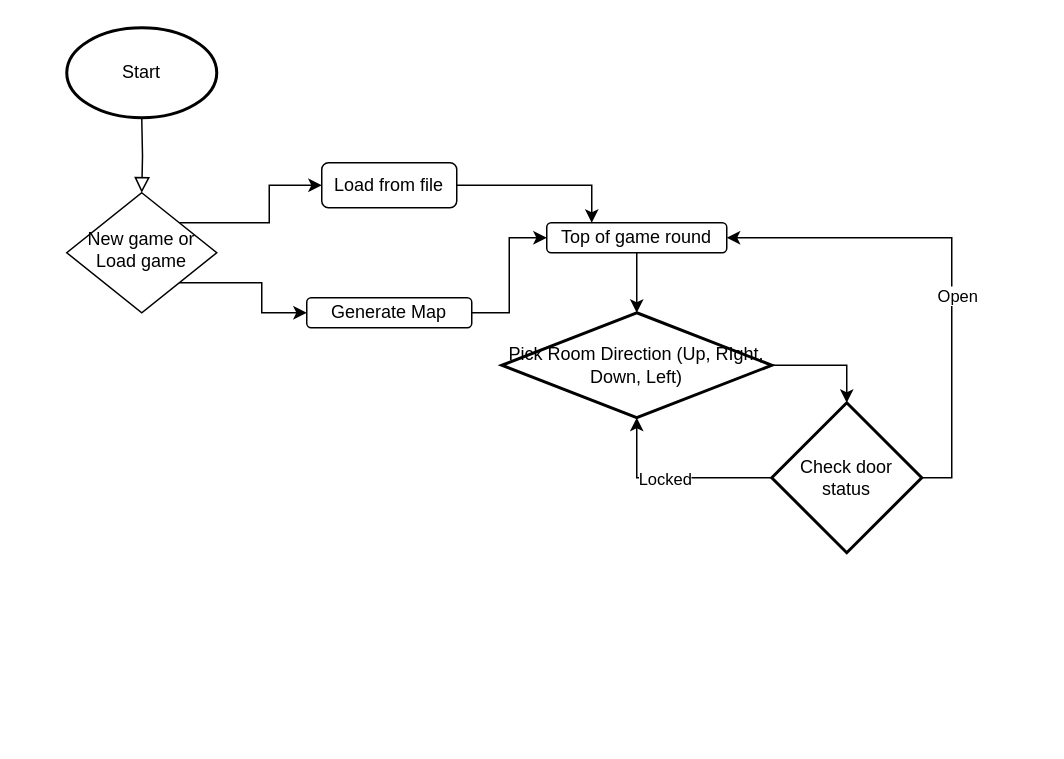
This is Untitled Diagram.drawio from mperez68/TriviaMaze, a draw.io file, before an edit. Source tidied: cells renumbered, new cells numbered last; positions are measured from the earlier drawing's top-left corner, leaving out a move shared by most shapes. Both pictures are drawn from the tidied source at 150%, with x=0, y=0 at pixel (66, 27).
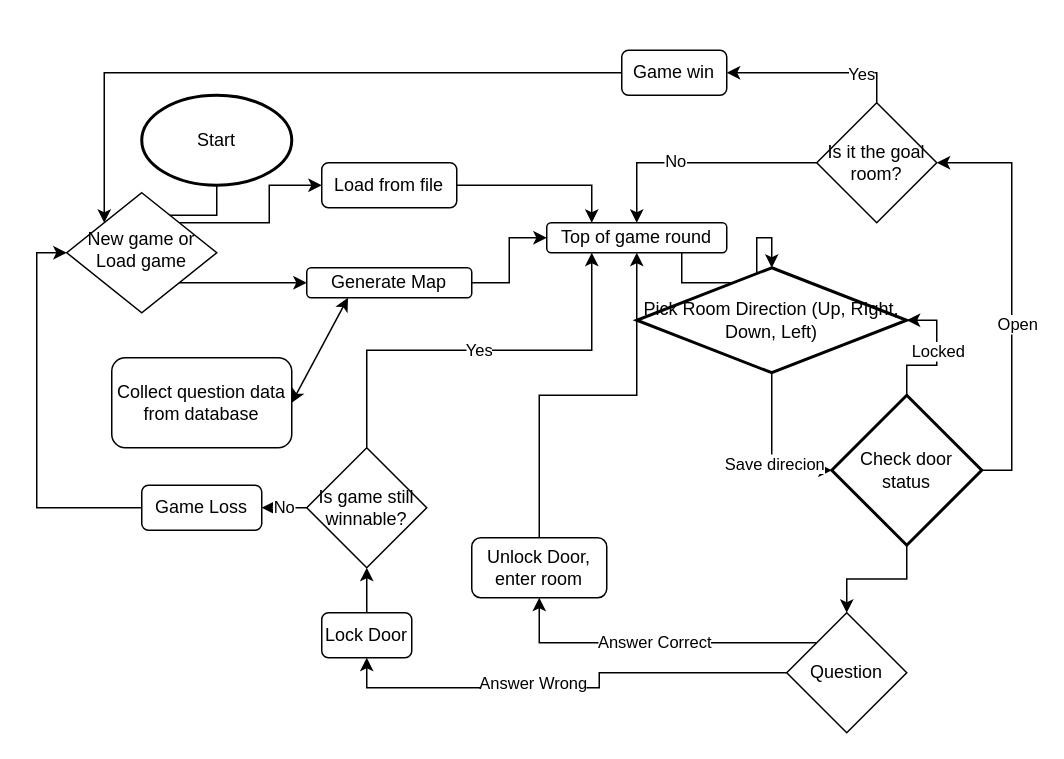
The same diagram, later.

Unchanged cells that the change refers to:
```xml
<mxCell id="5" value="New game or Load game" style="rhombus;whiteSpace=wrap;html=1;shadow=0;fontFamily=Helvetica;fontSize=12;align=center;strokeWidth=1;spacing=6;spacingTop=-4;" parent="1" vertex="1">
  <mxGeometry y="110" width="100" height="80" as="geometry" />
</mxCell>
<mxCell id="11" value="Top of game round" style="rounded=1;whiteSpace=wrap;html=1;" parent="1" vertex="1">
  <mxGeometry x="320" y="130" width="120" height="20" as="geometry" />
</mxCell>
```

Change to the diagram source:
```diff
@@
-    <mxCell id="2" style="rounded=0;html=1;jettySize=auto;fontSize=11;endArrow=block;endFill=0;endSize=8;strokeWidth=1;shadow=0;labelBackgroundColor=none;edgeStyle=orthogonalEdgeStyle;" parent="1" edge="1" target="5">
-      <mxGeometry relative="1" as="geometry">
-        <mxPoint x="50" y="60" as="sourcePoint" />
-      </mxGeometry>
+    <mxCell id="2" style="rounded=0;html=1;jettySize=auto;fontSize=11;endArrow=block;endFill=0;endSize=8;strokeWidth=1;shadow=0;labelBackgroundColor=none;edgeStyle=orthogonalEdgeStyle;" parent="1" edge="1" source="13" target="5">
+      <mxGeometry relative="1" as="geometry" />
     </mxCell>
@@
     <mxCell id="7" value="Generate Map" style="rounded=1;whiteSpace=wrap;html=1;fontSize=12;glass=0;strokeWidth=1;shadow=0;" parent="1" vertex="1">
-      <mxGeometry x="160" y="180" width="110" height="20" as="geometry" />
+      <mxGeometry x="160" y="160" width="110" height="20" as="geometry" />
     </mxCell>
@@
-    <mxCell id="10" style="edgeStyle=orthogonalEdgeStyle;rounded=0;jettySize=auto;html=1;exitX=0.5;exitY=1;exitDx=0;exitDy=0;entryX=0.5;entryY=0;entryDx=0;entryDy=0;entryPerimeter=0;" parent="1" edge="1" source="11" target="15">
+    <mxCell id="10" style="edgeStyle=orthogonalEdgeStyle;rounded=0;jettySize=auto;html=1;exitX=0.75;exitY=1;exitDx=0;exitDy=0;entryX=0.5;entryY=0;entryDx=0;entryDy=0;entryPerimeter=0;" parent="1" edge="1" source="11" target="15">
       <mxGeometry relative="1" as="geometry" />
     </mxCell>
@@
     <mxCell id="13" value="Start" style="strokeWidth=2;html=1;shape=mxgraph.flowchart.start_1;whiteSpace=wrap;" parent="1" vertex="1">
-      <mxGeometry width="100" height="60" as="geometry" />
+      <mxGeometry x="50" y="45" width="100" height="60" as="geometry" />
     </mxCell>
-    <mxCell id="14" style="edgeStyle=orthogonalEdgeStyle;rounded=0;jettySize=auto;html=1;exitX=1;exitY=0.5;exitDx=0;exitDy=0;exitPerimeter=0;entryX=0.5;entryY=0;entryDx=0;entryDy=0;entryPerimeter=0;" parent="1" edge="1" source="15" target="20">
+    <mxCell id="14" style="edgeStyle=orthogonalEdgeStyle;rounded=0;jettySize=auto;html=1;exitX=0.5;exitY=1;exitDx=0;exitDy=0;exitPerimeter=0;entryX=0;entryY=0.5;entryDx=0;entryDy=0;entryPerimeter=0;" parent="1" edge="1" source="15" target="20">
       <mxGeometry relative="1" as="geometry" />
     </mxCell>
+    <mxCell id="21" value="Save direcion" style="edgeLabel;html=1;align=center;verticalAlign=middle;" parent="14" vertex="1">
+      <mxGeometry x="0.14" y="1" relative="1" as="geometry" />
+    </mxCell>
     <mxCell id="15" value="&lt;span&gt;Pick Room Direction (Up, RIght, Down, Left)&lt;/span&gt;" style="strokeWidth=2;html=1;shape=mxgraph.flowchart.decision;whiteSpace=wrap;" parent="1" vertex="1">
-      <mxGeometry x="290" y="190" width="180" height="70" as="geometry" />
+      <mxGeometry x="380" y="160" width="180" height="70" as="geometry" />
     </mxCell>
-    <mxCell id="16" style="edgeStyle=orthogonalEdgeStyle;rounded=0;jettySize=auto;html=1;exitX=1;exitY=0.5;exitDx=0;exitDy=0;exitPerimeter=0;entryX=1;entryY=0.5;entryDx=0;entryDy=0;" parent="1" edge="1" source="20" target="11">
+    <mxCell id="16" style="edgeStyle=orthogonalEdgeStyle;rounded=0;jettySize=auto;html=1;exitX=1;exitY=0.5;exitDx=0;exitDy=0;exitPerimeter=0;entryX=1;entryY=0.5;entryDx=0;entryDy=0;" parent="1" edge="1" source="20" target="37">
       <mxGeometry relative="1" as="geometry" />
     </mxCell>
@@
-    <mxCell id="18" style="edgeStyle=orthogonalEdgeStyle;rounded=0;jettySize=auto;html=1;exitX=0;exitY=0.5;exitDx=0;exitDy=0;exitPerimeter=0;entryX=0.5;entryY=1;entryDx=0;entryDy=0;entryPerimeter=0;" parent="1" edge="1" source="20" target="15">
+    <mxCell id="18" style="edgeStyle=orthogonalEdgeStyle;rounded=0;jettySize=auto;html=1;exitX=0.5;exitY=0;exitDx=0;exitDy=0;exitPerimeter=0;entryX=1;entryY=0.5;entryDx=0;entryDy=0;entryPerimeter=0;" parent="1" edge="1" source="20" target="15">
       <mxGeometry relative="1" as="geometry" />
     </mxCell>
@@
+    <mxCell id="22" style="edgeStyle=orthogonalEdgeStyle;rounded=0;jettySize=auto;html=1;exitX=0.5;exitY=1;exitDx=0;exitDy=0;exitPerimeter=0;entryX=0.5;entryY=0;entryDx=0;entryDy=0;" parent="1" edge="1" source="20" target="26">
+      <mxGeometry relative="1" as="geometry" />
+    </mxCell>
     <mxCell id="20" value="Check door&lt;br&gt;status" style="strokeWidth=2;html=1;shape=mxgraph.flowchart.decision;whiteSpace=wrap;" parent="1" vertex="1">
-      <mxGeometry x="470" y="250" width="100" height="100" as="geometry" />
+      <mxGeometry x="510" y="245" width="100" height="100" as="geometry" />
     </mxCell>
+    <mxCell id="23" style="edgeStyle=orthogonalEdgeStyle;rounded=0;jettySize=auto;html=1;exitX=0;exitY=0.5;exitDx=0;exitDy=0;entryX=0.5;entryY=1;entryDx=0;entryDy=0;" parent="1" edge="1" source="26" target="28">
+      <mxGeometry relative="1" as="geometry" />
+    </mxCell>
+    <mxCell id="24" value="Answer Wrong" style="edgeLabel;html=1;align=center;verticalAlign=middle;" parent="23" vertex="1">
+      <mxGeometry x="0.16" y="-4" relative="1" as="geometry" />
+    </mxCell>
+    <mxCell id="25" value="Answer Correct" style="edgeStyle=orthogonalEdgeStyle;rounded=0;jettySize=auto;html=1;exitX=0;exitY=0;exitDx=0;exitDy=0;entryX=0.5;entryY=1;entryDx=0;entryDy=0;" parent="1" edge="1" source="26" target="30">
+      <mxGeometry relative="1" as="geometry" />
+    </mxCell>
+    <mxCell id="26" value="Question" style="rhombus;whiteSpace=wrap;html=1;" parent="1" vertex="1">
+      <mxGeometry x="480" y="390" width="80" height="80" as="geometry" />
+    </mxCell>
+    <mxCell id="27" style="edgeStyle=orthogonalEdgeStyle;rounded=0;jettySize=auto;html=1;exitX=0.5;exitY=0;exitDx=0;exitDy=0;entryX=0.5;entryY=1;entryDx=0;entryDy=0;" parent="1" edge="1" source="28" target="40">
+      <mxGeometry relative="1" as="geometry" />
+    </mxCell>
+    <mxCell id="28" value="Lock Door" style="rounded=1;whiteSpace=wrap;html=1;" parent="1" vertex="1">
+      <mxGeometry x="170" y="390" width="60" height="30" as="geometry" />
+    </mxCell>
+    <mxCell id="29" style="edgeStyle=orthogonalEdgeStyle;rounded=0;jettySize=auto;html=1;exitX=0.5;exitY=0;exitDx=0;exitDy=0;entryX=0.5;entryY=1;entryDx=0;entryDy=0;" parent="1" edge="1" source="30" target="11">
+      <mxGeometry relative="1" as="geometry" />
+    </mxCell>
+    <mxCell id="30" value="Unlock Door,&lt;br&gt;enter room" style="rounded=1;whiteSpace=wrap;html=1;" parent="1" vertex="1">
+      <mxGeometry x="270" y="340" width="90" height="40" as="geometry" />
+    </mxCell>
+    <mxCell id="31" style="edgeStyle=orthogonalEdgeStyle;rounded=0;jettySize=auto;html=1;exitX=0;exitY=0.5;exitDx=0;exitDy=0;entryX=0;entryY=0;entryDx=0;entryDy=0;" parent="1" edge="1" source="32" target="5">
+      <mxGeometry relative="1" as="geometry" />
+    </mxCell>
+    <mxCell id="32" value="Game win" style="rounded=1;whiteSpace=wrap;html=1;" parent="1" vertex="1">
+      <mxGeometry x="370" y="15" width="70" height="30" as="geometry" />
+    </mxCell>
+    <mxCell id="33" style="edgeStyle=orthogonalEdgeStyle;rounded=0;jettySize=auto;html=1;exitX=0;exitY=0.5;exitDx=0;exitDy=0;entryX=0.5;entryY=0;entryDx=0;entryDy=0;" parent="1" edge="1" source="37" target="11">
+      <mxGeometry relative="1" as="geometry" />
+    </mxCell>
+    <mxCell id="34" value="No" style="edgeLabel;html=1;align=center;verticalAlign=middle;" parent="33" vertex="1">
+      <mxGeometry x="0.19" y="-2" relative="1" as="geometry" />
+    </mxCell>
+    <mxCell id="35" style="edgeStyle=orthogonalEdgeStyle;rounded=0;jettySize=auto;html=1;exitX=0.5;exitY=0;exitDx=0;exitDy=0;entryX=1;entryY=0.5;entryDx=0;entryDy=0;" parent="1" edge="1" source="37" target="32">
+      <mxGeometry relative="1" as="geometry" />
+    </mxCell>
+    <mxCell id="36" value="Yes" style="edgeLabel;html=1;align=center;verticalAlign=middle;" parent="35" vertex="1">
+      <mxGeometry x="-0.48" relative="1" as="geometry" />
+    </mxCell>
+    <mxCell id="37" value="Is it the goal room?" style="rhombus;whiteSpace=wrap;html=1;" parent="1" vertex="1">
+      <mxGeometry x="500" y="50" width="80" height="80" as="geometry" />
+    </mxCell>
+    <mxCell id="38" value="No" style="edgeStyle=orthogonalEdgeStyle;rounded=0;jettySize=auto;html=1;exitX=0;exitY=0.5;exitDx=0;exitDy=0;entryX=1;entryY=0.5;entryDx=0;entryDy=0;" parent="1" edge="1" source="40" target="42">
+      <mxGeometry relative="1" as="geometry" />
+    </mxCell>
+    <mxCell id="39" value="Yes" style="edgeStyle=orthogonalEdgeStyle;rounded=0;jettySize=auto;html=1;exitX=0.5;exitY=0;exitDx=0;exitDy=0;entryX=0.25;entryY=1;entryDx=0;entryDy=0;" parent="1" edge="1" source="40" target="11">
+      <mxGeometry relative="1" as="geometry" />
+    </mxCell>
+    <mxCell id="40" value="Is game still winnable?" style="rhombus;whiteSpace=wrap;html=1;" parent="1" vertex="1">
+      <mxGeometry x="160" y="280" width="80" height="80" as="geometry" />
+    </mxCell>
+    <mxCell id="41" style="edgeStyle=orthogonalEdgeStyle;rounded=0;jettySize=auto;html=1;exitX=0;exitY=0.5;exitDx=0;exitDy=0;entryX=0;entryY=0.5;entryDx=0;entryDy=0;" parent="1" edge="1" source="42" target="5">
+      <mxGeometry relative="1" as="geometry" />
+    </mxCell>
+    <mxCell id="42" value="Game Loss" style="rounded=1;whiteSpace=wrap;html=1;" parent="1" vertex="1">
+      <mxGeometry x="50" y="305" width="80" height="30" as="geometry" />
+    </mxCell>
+    <mxCell id="43" value="Collect question data from database" style="rounded=1;whiteSpace=wrap;html=1;" parent="1" vertex="1">
+      <mxGeometry x="30" y="220" width="120" height="60" as="geometry" />
+    </mxCell>
+    <mxCell id="44" style="endArrow=classic;startArrow=classic;html=1;entryX=0.25;entryY=1;entryDx=0;entryDy=0;exitX=1;exitY=0.5;exitDx=0;exitDy=0;" parent="1" edge="1" source="43" target="7">
+      <mxGeometry relative="1" as="geometry" />
+    </mxCell>
```
